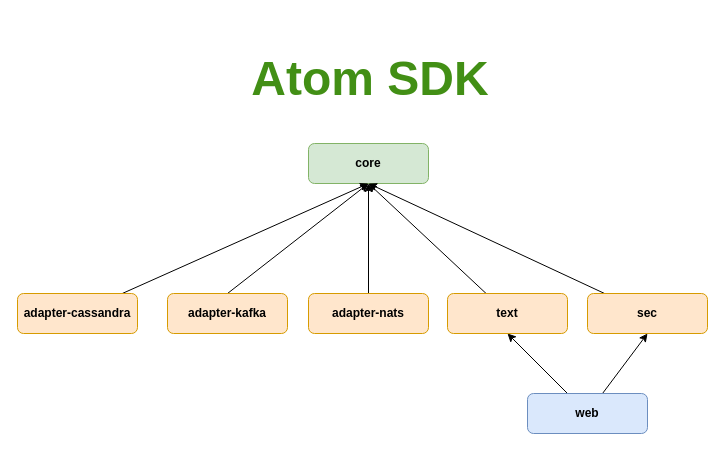
Before: .docs/atom.drawio in memoria-io/atom, a draw.io diagram. Source tidied: cells renumbered, new cells numbered last; positions are measured from the earlier drawing's top-left corner, leaving out a move shared by most shapes. Both pictures are drawn from the tidied source at 100%, with x=0, y=0 at pixel (17, 43).
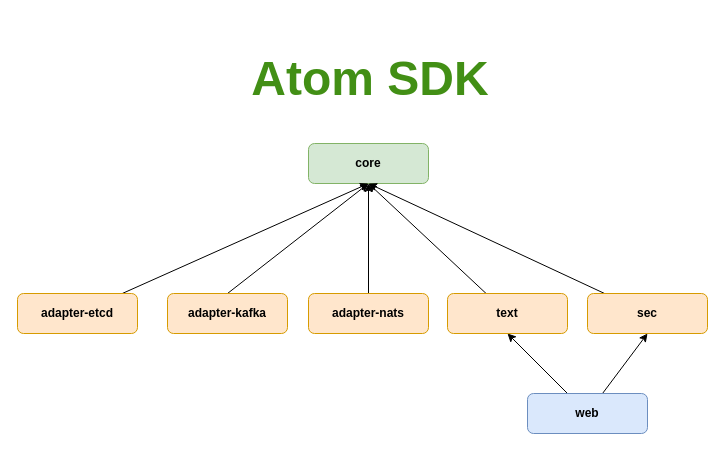
The same page after the edit.

Change to the diagram source:
```diff
@@
 <mxGraphModel>
   <root>
     <mxCell id="0" />
     <mxCell id="1" parent="0" />
     <mxCell id="2" value="&lt;b&gt;core&lt;/b&gt;" style="rounded=1;whiteSpace=wrap;html=1;fillColor=#d5e8d4;strokeColor=#82b366;" parent="1" vertex="1">
       <mxGeometry x="291" y="100" width="120" height="40" as="geometry" />
     </mxCell>
     <mxCell id="3" style="edgeStyle=none;rounded=0;jettySize=auto;html=1;entryX=0.5;entryY=1;entryDx=0;entryDy=0;exitX=0.5;exitY=0;exitDx=0;exitDy=0;" parent="1" edge="1" source="14" target="2">
       <mxGeometry relative="1" as="geometry" />
     </mxCell>
     <mxCell id="4" style="rounded=0;jettySize=auto;html=1;entryX=0.5;entryY=1;entryDx=0;entryDy=0;exitX=0.5;exitY=0;exitDx=0;exitDy=0;" parent="1" edge="1" source="15" target="2">
       <mxGeometry relative="1" as="geometry" />
     </mxCell>
     <mxCell id="5" style="rounded=0;jettySize=auto;html=1;entryX=0.5;entryY=1;entryDx=0;entryDy=0;" parent="1" edge="1" source="7" target="11">
       <mxGeometry relative="1" as="geometry" />
     </mxCell>
     <mxCell id="6" style="rounded=0;jettySize=auto;html=1;entryX=0.5;entryY=1;entryDx=0;entryDy=0;" parent="1" edge="1" source="7" target="9">
       <mxGeometry relative="1" as="geometry" />
     </mxCell>
     <mxCell id="7" value="&lt;b&gt;web&lt;/b&gt;" style="rounded=1;whiteSpace=wrap;html=1;fillColor=#dae8fc;strokeColor=#6c8ebf;" parent="1" vertex="1">
       <mxGeometry x="510" y="350" width="120" height="40" as="geometry" />
     </mxCell>
     <mxCell id="8" style="edgeStyle=none;rounded=0;jettySize=auto;html=1;entryX=0.5;entryY=1;entryDx=0;entryDy=0;" parent="1" edge="1" source="9" target="2">
       <mxGeometry relative="1" as="geometry" />
     </mxCell>
     <mxCell id="9" value="&lt;b&gt;sec&lt;/b&gt;" style="rounded=1;whiteSpace=wrap;html=1;fillColor=#ffe6cc;strokeColor=#d79b00;" parent="1" vertex="1">
       <mxGeometry x="570" y="250" width="120" height="40" as="geometry" />
     </mxCell>
     <mxCell id="10" style="edgeStyle=none;rounded=0;jettySize=auto;html=1;entryX=0.5;entryY=1;entryDx=0;entryDy=0;" parent="1" edge="1" source="11" target="2">
       <mxGeometry relative="1" as="geometry" />
     </mxCell>
     <mxCell id="11" value="&lt;b&gt;text&lt;/b&gt;" style="rounded=1;whiteSpace=wrap;html=1;fillColor=#ffe6cc;strokeColor=#d79b00;" parent="1" vertex="1">
       <mxGeometry x="430" y="250" width="120" height="40" as="geometry" />
     </mxCell>
     <mxCell id="12" style="rounded=0;jettySize=auto;html=1;" parent="1" edge="1" source="13">
       <mxGeometry relative="1" as="geometry">
         <mxPoint x="351" y="140" as="targetPoint" />
       </mxGeometry>
     </mxCell>
-    <mxCell id="13" value="&lt;b&gt;adapter-cassandra&lt;/b&gt;" style="rounded=1;whiteSpace=wrap;html=1;fillColor=#ffe6cc;strokeColor=#d79b00;" parent="1" vertex="1">
+    <mxCell id="13" value="&lt;b&gt;adapter-etcd&lt;/b&gt;" style="rounded=1;whiteSpace=wrap;html=1;fillColor=#ffe6cc;strokeColor=#d79b00;" parent="1" vertex="1">
       <mxGeometry y="250" width="120" height="40" as="geometry" />
     </mxCell>
     <mxCell id="14" value="&lt;b&gt;adapter-kafka&lt;/b&gt;" style="rounded=1;whiteSpace=wrap;html=1;fillColor=#ffe6cc;strokeColor=#d79b00;" parent="1" vertex="1">
       <mxGeometry x="150" y="250" width="120" height="40" as="geometry" />
     </mxCell>
     <mxCell id="15" value="&lt;b&gt;adapter-nats&lt;/b&gt;" style="rounded=1;whiteSpace=wrap;html=1;fillColor=#ffe6cc;strokeColor=#d79b00;" parent="1" vertex="1">
       <mxGeometry x="291" y="250" width="120" height="40" as="geometry" />
     </mxCell>
     <mxCell id="16" value="&lt;h1&gt;&lt;font color=&quot;#428f15&quot;&gt;Atom SDK&lt;/font&gt;&lt;/h1&gt;" style="text;html=1;strokeColor=none;fillColor=none;align=center;verticalAlign=middle;whiteSpace=wrap;rounded=0;fontSize=24;" parent="1" vertex="1">
       <mxGeometry x="213" width="280" height="70" as="geometry" />
     </mxCell>
   </root>
 </mxGraphModel>
```
